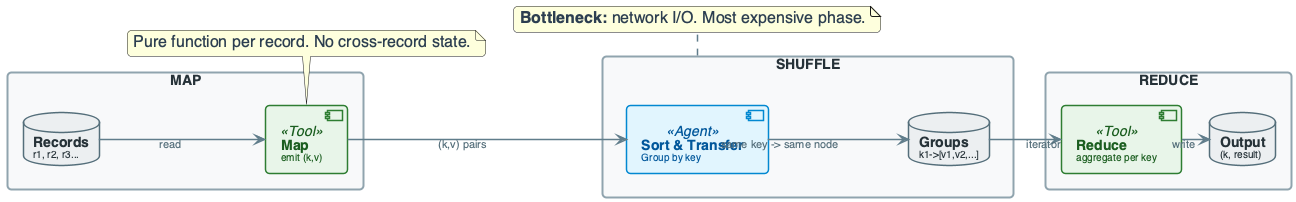
The PlantUML diagram diagrams/week03/week3_lecture_slide22_execution_flow.png in OrPerets/data-engineering-course, before a commit.
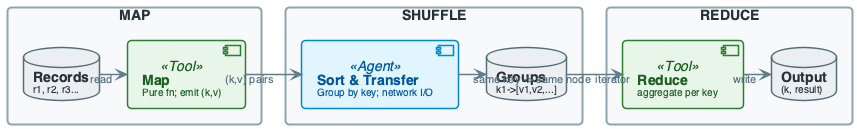
The same file after the commit.

The edit, as a diff of the source:
```diff
@@ -120,11 +120,11 @@
 
 rectangle "MAP" #F8F9FA {
     database "**Records**\n<size:10>r1, r2, r3...</size>" as RECS
-    component "**Map**\n<size:10>emit (k,v)</size>" as MAP_FN <<Tool>>
+    component "**Map**\n<size:10>Pure fn; emit (k,v)</size>" as MAP_FN <<Tool>>
 }
 
 rectangle "SHUFFLE" #F8F9FA {
-    component "**Sort & Transfer**\n<size:10>Group by key</size>" as SORT_XFER <<Agent>>
+    component "**Sort & Transfer**\n<size:10>Group by key; network I/O</size>" as SORT_XFER <<Agent>>
     database "**Groups**\n<size:10>k1->[v1,v2,...]</size>" as GROUPS
 }
 
@@ -139,7 +139,4 @@
 GROUPS --> RED : "iterator"
 RED --> OUT : "write"
 
-note bottom of MAP_FN : Pure function per record. No cross-record state.
-note bottom of SHUFFLE : **Bottleneck:** network I/O. Most expensive phase.
-
 @enduml
```
